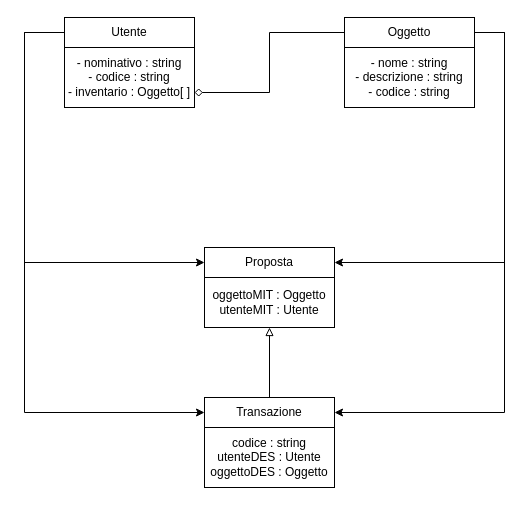
Before: Progetto_Baratto/UML.drawio in DummyDammy/ProgettiAccademy, a draw.io diagram. Source tidied: cells renumbered, new cells numbered last; positions are measured from the earlier drawing's top-left corner, leaving out a move shared by most shapes. Both pictures are drawn from the tidied source at 100%, with x=0, y=0 at pixel (24, 17).
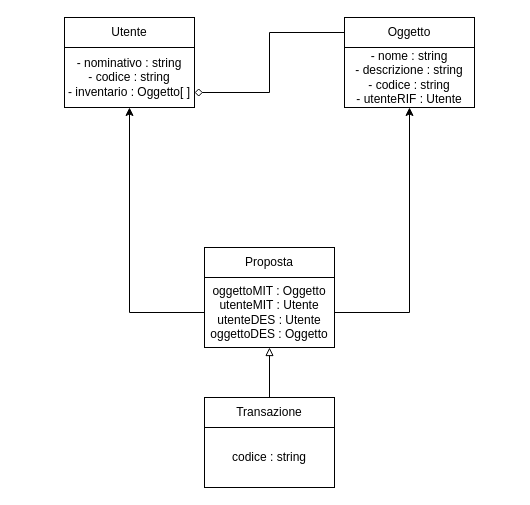
The same diagram, later.

Unchanged cells that the change refers to:
```xml
<mxCell id="5" value="Oggetto" style="rounded=0;whiteSpace=wrap;html=1;" parent="1" vertex="1">
  <mxGeometry x="320" width="130" height="30" as="geometry" />
</mxCell>
<mxCell id="9" value="Utente" style="rounded=0;whiteSpace=wrap;html=1;" parent="1" vertex="1">
  <mxGeometry x="40" width="130" height="30" as="geometry" />
</mxCell>
<mxCell id="10" value="- nominativo : string&lt;div&gt;- codice : string&lt;/div&gt;&lt;div&gt;- inventario : Oggetto[ ]&lt;/div&gt;" style="rounded=0;whiteSpace=wrap;html=1;" parent="1" vertex="1">
  <mxGeometry x="40" y="30" width="130" height="60" as="geometry" />
</mxCell>
<mxCell id="11" value="Proposta" style="rounded=0;whiteSpace=wrap;html=1;" parent="1" vertex="1">
  <mxGeometry x="180" y="230" width="130" height="30" as="geometry" />
</mxCell>
<mxCell id="14" value="Transazione" style="rounded=0;whiteSpace=wrap;html=1;" parent="1" vertex="1">
  <mxGeometry x="180" y="380" width="130" height="30" as="geometry" />
</mxCell>
```

The edit, as a diff of the source:
```diff
@@
-    <mxCell id="3" style="edgeStyle=orthogonalEdgeStyle;rounded=0;jettySize=auto;html=1;entryX=1;entryY=0.5;entryDx=0;entryDy=0;" parent="1" edge="1" source="5" target="11">
-      <mxGeometry relative="1" as="geometry">
-        <Array as="points">
-          <mxPoint x="480" y="15" />
-          <mxPoint x="480" y="245" />
-        </Array>
-      </mxGeometry>
-    </mxCell>
-    <mxCell id="4" style="edgeStyle=orthogonalEdgeStyle;rounded=0;jettySize=auto;html=1;entryX=1;entryY=0.5;entryDx=0;entryDy=0;" parent="1" edge="1" source="5" target="14">
-      <mxGeometry relative="1" as="geometry">
-        <Array as="points">
-          <mxPoint x="480" y="15" />
-          <mxPoint x="480" y="395" />
-        </Array>
-      </mxGeometry>
-    </mxCell>
@@
-    <mxCell id="6" value="- nome : string&lt;div&gt;- descrizione : string&lt;/div&gt;&lt;div&gt;- codice : string&lt;/div&gt;" style="rounded=0;whiteSpace=wrap;html=1;" parent="1" vertex="1">
+    <mxCell id="6" value="- nome : string&lt;div&gt;- descrizione : string&lt;/div&gt;&lt;div&gt;- codice : string&lt;/div&gt;&lt;div&gt;- utenteRIF : Utente&lt;/div&gt;" style="rounded=0;whiteSpace=wrap;html=1;" parent="1" vertex="1">
       <mxGeometry x="320" y="30" width="130" height="60" as="geometry" />
     </mxCell>
-    <mxCell id="7" style="edgeStyle=orthogonalEdgeStyle;rounded=0;jettySize=auto;html=1;entryX=0;entryY=0.5;entryDx=0;entryDy=0;" parent="1" edge="1" source="9" target="11">
-      <mxGeometry relative="1" as="geometry">
-        <Array as="points">
-          <mxPoint y="15" />
-          <mxPoint y="245" />
-        </Array>
-      </mxGeometry>
-    </mxCell>
-    <mxCell id="8" style="edgeStyle=orthogonalEdgeStyle;rounded=0;jettySize=auto;html=1;entryX=0;entryY=0.5;entryDx=0;entryDy=0;" parent="1" edge="1" source="9" target="14">
-      <mxGeometry relative="1" as="geometry">
-        <Array as="points">
-          <mxPoint y="15" />
-          <mxPoint y="395" />
-        </Array>
-      </mxGeometry>
-    </mxCell>
@@
+    <mxCell id="16" style="edgeStyle=orthogonalEdgeStyle;rounded=0;jettySize=auto;html=1;entryX=0.5;entryY=1;entryDx=0;entryDy=0;" parent="1" edge="1" source="12" target="10">
+      <mxGeometry relative="1" as="geometry" />
+    </mxCell>
+    <mxCell id="17" style="edgeStyle=orthogonalEdgeStyle;rounded=0;jettySize=auto;html=1;entryX=0.5;entryY=1;entryDx=0;entryDy=0;" parent="1" edge="1" source="12" target="6">
+      <mxGeometry relative="1" as="geometry" />
+    </mxCell>
-    <mxCell id="12" value="oggettoMIT : Oggetto&lt;div&gt;utenteMIT : Utente&lt;/div&gt;" style="rounded=0;whiteSpace=wrap;html=1;" parent="1" vertex="1">
-      <mxGeometry x="180" y="260" width="130" height="50" as="geometry" />
+    <mxCell id="12" value="oggettoMIT : Oggetto&lt;div&gt;utenteMIT : Utente&lt;/div&gt;&lt;div&gt;&lt;div&gt;utenteDES : Utente&lt;/div&gt;&lt;div&gt;oggettoDES : Oggetto&lt;/div&gt;&lt;/div&gt;" style="rounded=0;whiteSpace=wrap;html=1;" parent="1" vertex="1">
+      <mxGeometry x="180" y="260" width="130" height="70" as="geometry" />
     </mxCell>
@@
-    <mxCell id="15" value="codice : string&lt;div&gt;utenteDES : Utente&lt;/div&gt;&lt;div&gt;&lt;div&gt;oggettoDES : Oggetto&lt;br&gt;&lt;/div&gt;&lt;/div&gt;" style="rounded=0;whiteSpace=wrap;html=1;" parent="1" vertex="1">
+    <mxCell id="15" value="codice : string" style="rounded=0;whiteSpace=wrap;html=1;" parent="1" vertex="1">
       <mxGeometry x="180" y="410" width="130" height="60" as="geometry" />
     </mxCell>
```
